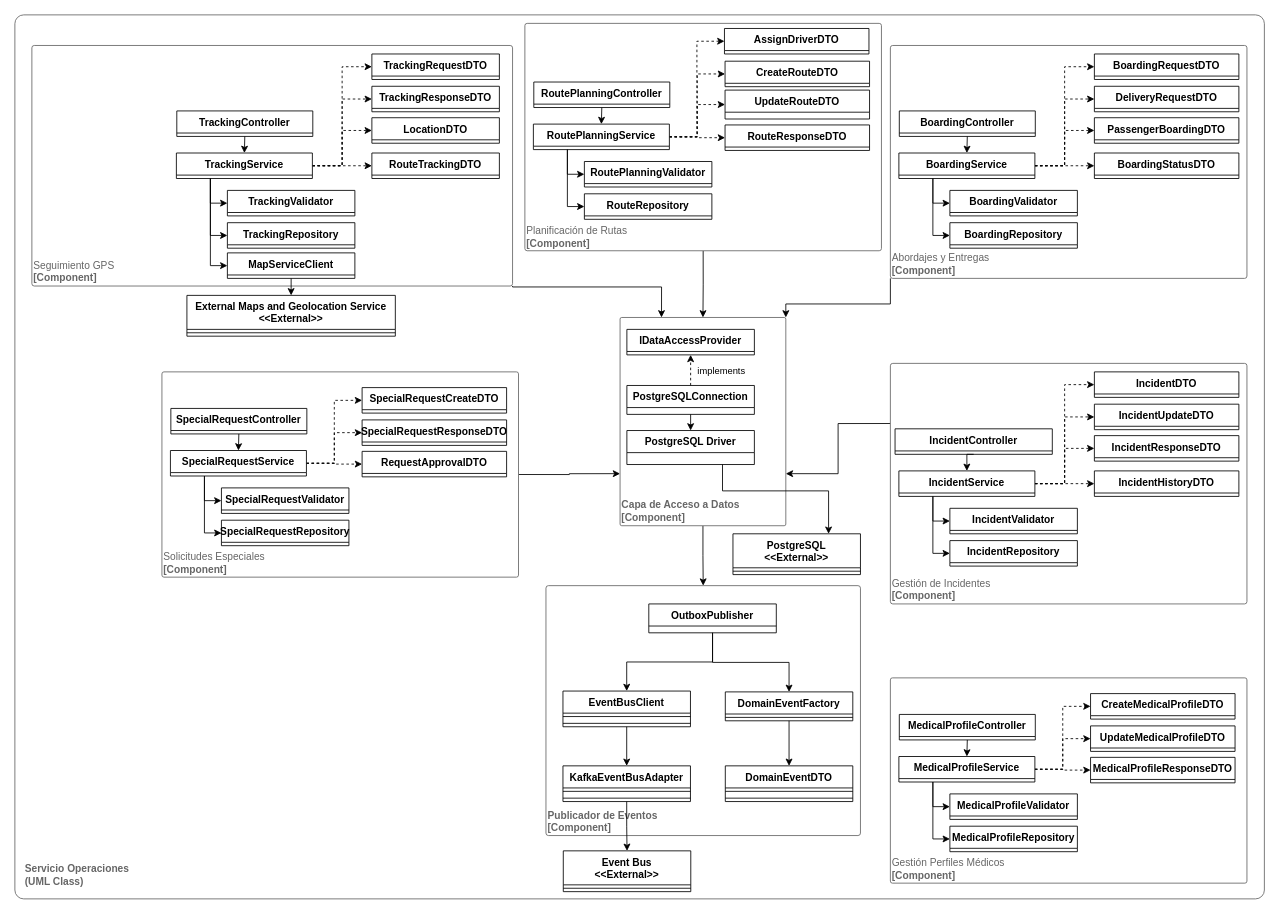
The draw.io diagram page "C4 Code Operations Service" (12 of 17) of Diagramas/Diagrama_C4.drawio in tomazoque/pswe-04-proyecto-final, before the edit. Source tidied: cells renumbered, new cells numbered last; positions are measured from the earlier drawing's top-left corner, leaving out a move shared by most shapes. Both pictures are drawn from the tidied source at 85%, with x=0, y=0 at pixel (14, 14).
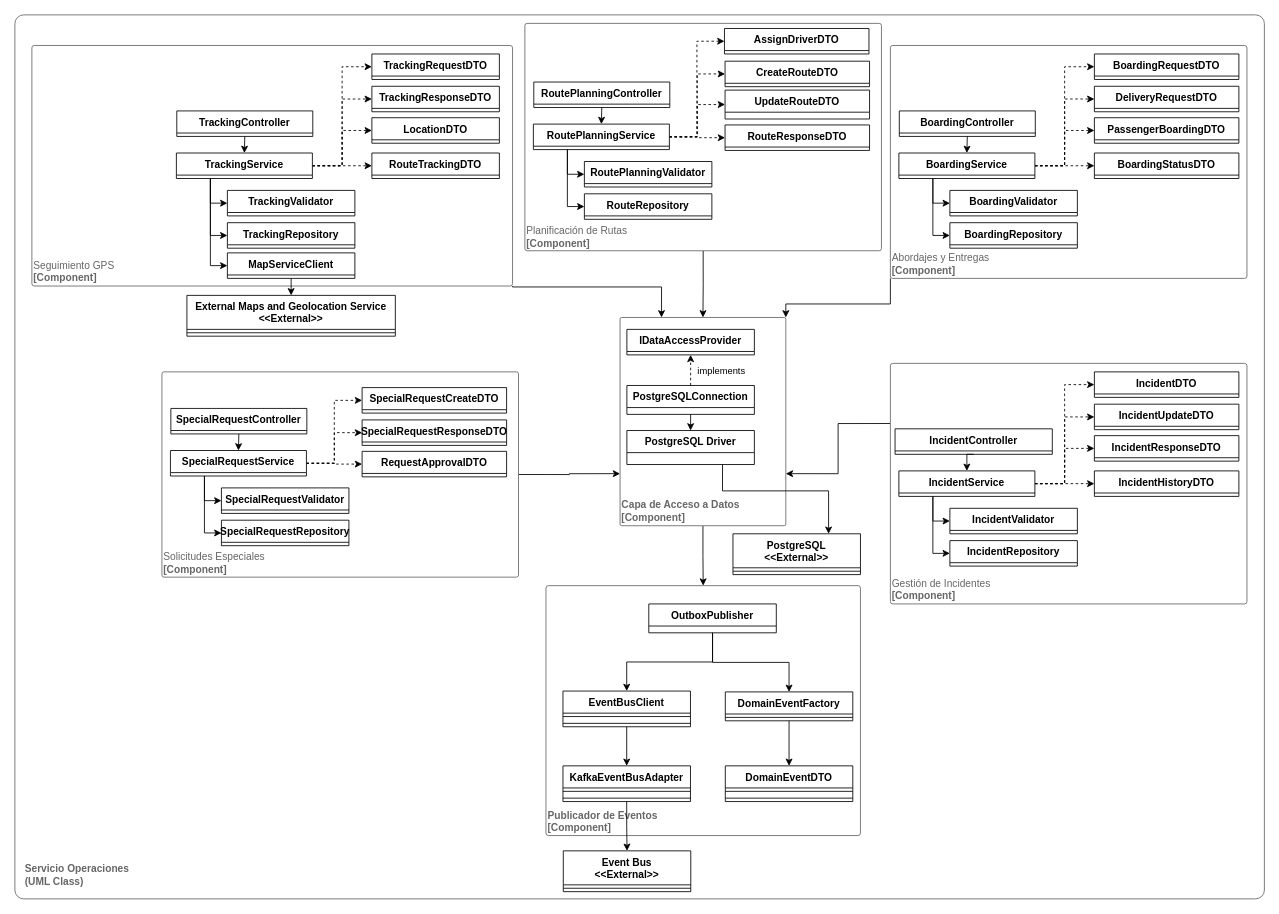
The same page after the edit.

The edit, as a diff of the source:
```diff
@@
-    <mxCell id="101" value="&lt;div style=&quot;text-align: left&quot;&gt;&lt;span style=&quot;background-color: transparent; color: light-dark(rgb(102, 102, 102), rgb(149, 149, 149));&quot;&gt;Gestión Perfiles Médicos&lt;/span&gt;&lt;/div&gt;&lt;div style=&quot;text-align: left&quot;&gt;&lt;b style=&quot;background-color: transparent; color: light-dark(rgb(102, 102, 102), rgb(149, 149, 149));&quot;&gt;[Component]&lt;/b&gt;&lt;/div&gt;" style="rounded=1;whiteSpace=wrap;html=1;labelBackgroundColor=none;fillColor=#ffffff;align=left;arcSize=1;verticalAlign=bottom;strokeColor=#666666;fontColor=#666666;" parent="1" vertex="1">
-      <mxGeometry x="1030" y="780" width="419.5" height="241.5" as="geometry" />
-    </mxCell>
-    <mxCell id="102" value="MedicalProfileValidator    " style="swimlane;fontStyle=1;align=center;verticalAlign=top;horizontal=1;startSize=26;" parent="1" vertex="1">
-      <mxGeometry x="1100" y="916.5" width="150" height="30" as="geometry" />
-    </mxCell>
-    <mxCell id="103" value="MedicalProfileRepository    " style="swimlane;fontStyle=1;align=center;verticalAlign=top;horizontal=1;startSize=26;" parent="1" vertex="1">
-      <mxGeometry x="1100" y="954.5" width="150" height="30" as="geometry" />
-    </mxCell>
-    <mxCell id="104" style="edgeStyle=orthogonalEdgeStyle;rounded=0;jettySize=auto;html=1;exitX=0.25;exitY=1;exitDx=0;exitDy=0;entryX=0;entryY=0.5;entryDx=0;entryDy=0;" parent="1" edge="1" source="109" target="103">
-      <mxGeometry relative="1" as="geometry" />
-    </mxCell>
-    <mxCell id="105" style="edgeStyle=orthogonalEdgeStyle;rounded=0;jettySize=auto;html=1;exitX=0.25;exitY=1;exitDx=0;exitDy=0;entryX=0;entryY=0.5;entryDx=0;entryDy=0;" parent="1" edge="1" source="109" target="102">
-      <mxGeometry relative="1" as="geometry">
-        <Array as="points">
-          <mxPoint x="1080" y="931.5" />
-        </Array>
-      </mxGeometry>
-    </mxCell>
-    <mxCell id="106" style="edgeStyle=orthogonalEdgeStyle;rounded=0;jettySize=auto;html=1;exitX=1;exitY=0.5;exitDx=0;exitDy=0;entryX=0;entryY=0.5;entryDx=0;entryDy=0;dashed=1;" parent="1" edge="1" source="109" target="112">
-      <mxGeometry relative="1" as="geometry" />
-    </mxCell>
-    <mxCell id="107" style="edgeStyle=orthogonalEdgeStyle;rounded=0;jettySize=auto;html=1;exitX=1;exitY=0.5;exitDx=0;exitDy=0;entryX=0;entryY=0.5;entryDx=0;entryDy=0;dashed=1;" parent="1" edge="1" source="109" target="114">
-      <mxGeometry relative="1" as="geometry" />
-    </mxCell>
-    <mxCell id="108" style="edgeStyle=orthogonalEdgeStyle;rounded=0;jettySize=auto;html=1;exitX=1;exitY=0.5;exitDx=0;exitDy=0;entryX=0;entryY=0.5;entryDx=0;entryDy=0;dashed=1;" parent="1" edge="1" source="109" target="113">
-      <mxGeometry relative="1" as="geometry" />
-    </mxCell>
-    <mxCell id="109" value="MedicalProfileService" style="swimlane;fontStyle=1;align=center;verticalAlign=top;horizontal=1;startSize=26;" parent="1" vertex="1">
-      <mxGeometry x="1040" y="872.5" width="160" height="30" as="geometry" />
-    </mxCell>
-    <mxCell id="110" style="edgeStyle=orthogonalEdgeStyle;rounded=0;jettySize=auto;html=1;exitX=0.5;exitY=1;exitDx=0;exitDy=0;entryX=0.5;entryY=0;entryDx=0;entryDy=0;" parent="1" edge="1" source="111" target="109">
-      <mxGeometry relative="1" as="geometry" />
-    </mxCell>
-    <mxCell id="111" value="MedicalProfileController" style="swimlane;fontStyle=1;align=center;verticalAlign=top;horizontal=1;startSize=26;" parent="1" vertex="1">
-      <mxGeometry x="1040.5" y="823" width="160" height="30" as="geometry" />
-    </mxCell>
-    <mxCell id="112" value="CreateMedicalProfileDTO    " style="swimlane;fontStyle=1;align=center;verticalAlign=top;horizontal=1;startSize=26;" parent="1" vertex="1">
-      <mxGeometry x="1265.5" y="798.5" width="170" height="30" as="geometry" />
-    </mxCell>
-    <mxCell id="113" value="MedicalProfileResponseDTO          " style="swimlane;fontStyle=1;align=center;verticalAlign=top;horizontal=1;startSize=26;" parent="1" vertex="1">
-      <mxGeometry x="1265.5" y="873.5" width="170" height="30" as="geometry" />
-    </mxCell>
-    <mxCell id="114" value="UpdateMedicalProfileDTO    " style="swimlane;fontStyle=1;align=center;verticalAlign=top;horizontal=1;startSize=26;" parent="1" vertex="1">
-      <mxGeometry x="1265.5" y="836.5" width="170" height="30" as="geometry" />
-    </mxCell>
```
